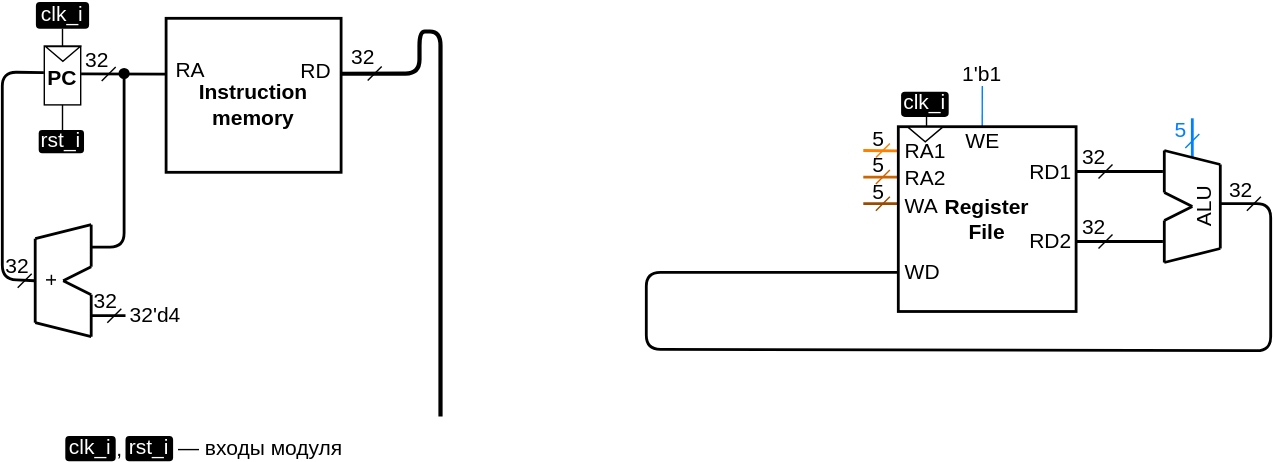
The draw.io diagram .pic/Labs/lab_04_cybercobra/ppd_0.drawio.svg in MPSU/APS, before a commit. Source tidied: cells renumbered, new cells last; positions are measured from the earlier drawing's top-left corner, leaving out a move shared by most shapes.
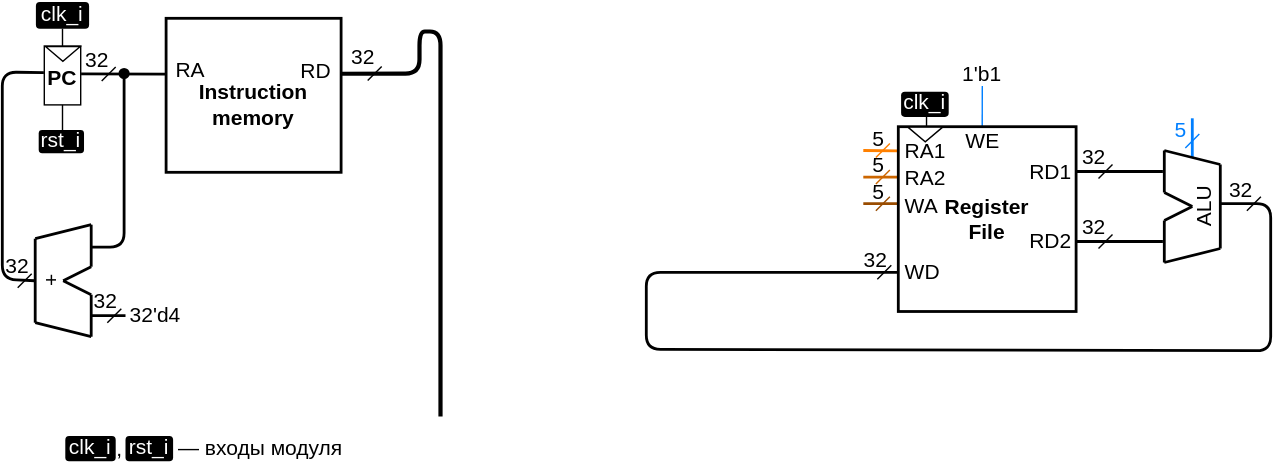
The same diagram one commit later.

Change to the diagram source:
```diff
@@ -379,5 +379,14 @@
     <mxCell id="80" value="1'b1" style="text;html=1;strokeColor=none;fillColor=none;align=center;verticalAlign=middle;whiteSpace=wrap;rounded=0;fontSize=15;fontColor=#000000;comic=0;jiggle=0.5;" parent="1" vertex="1">
       <mxGeometry x="688" y="46.4" width="24" height="10" as="geometry" />
     </mxCell>
+    <mxCell id="81" style="endArrow=none;html=1;rounded=0;comic=0;jiggle=0.5;fontSize=15;strokeColor=#000000;" parent="1" edge="1">
+      <mxGeometry relative="1" as="geometry">
+        <mxPoint x="625" y="198" as="sourcePoint" />
+        <mxPoint x="635" y="188" as="targetPoint" />
+      </mxGeometry>
+    </mxCell>
+    <mxCell id="82" value="32" style="text;html=1;strokeColor=none;fillColor=none;align=center;verticalAlign=middle;whiteSpace=wrap;rounded=0;fontSize=15;fontColor=#000000;comic=0;jiggle=0.5;" parent="1" vertex="1">
+      <mxGeometry x="619" y="179" width="10" height="10" as="geometry" />
+    </mxCell>
   </root>
 </mxGraphModel>
```
